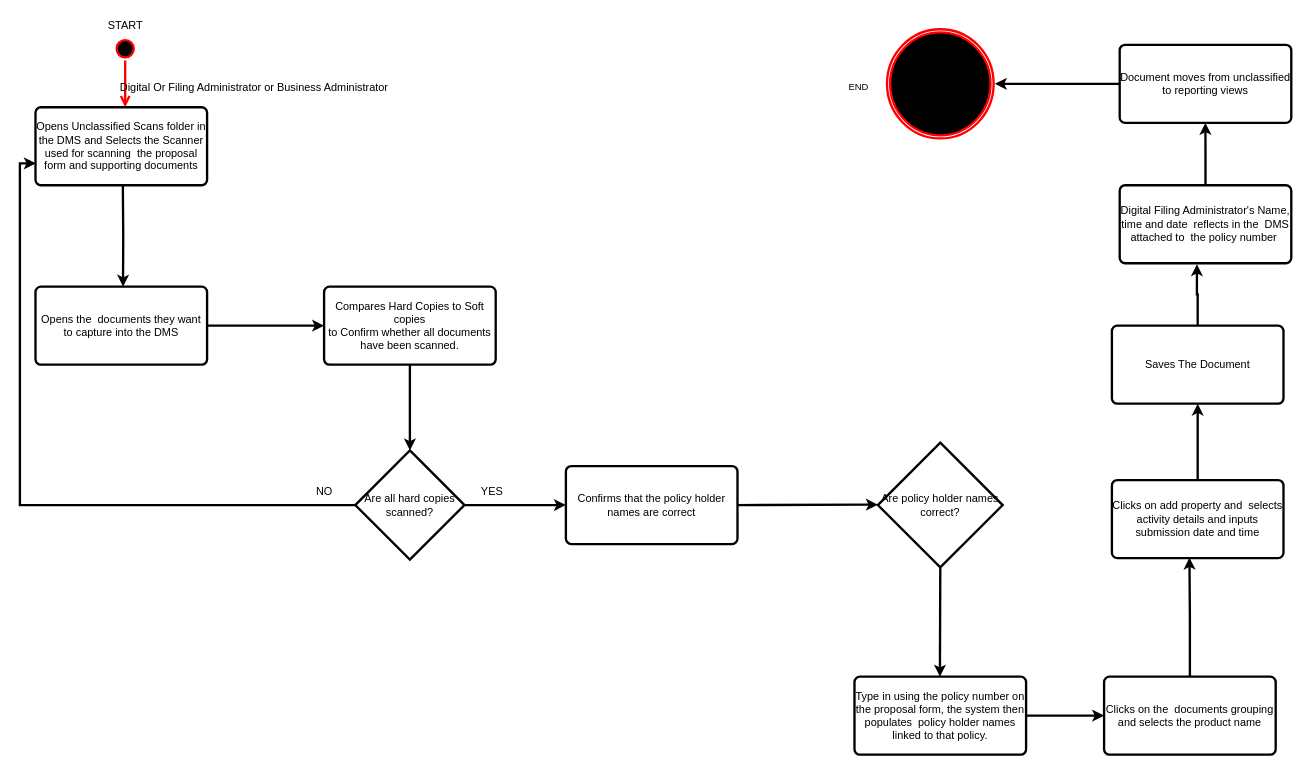
Above: 23.drawio in mokaty1818795/ticketing (draw.io), before the change. Source tidied: cells renumbered, new cells numbered last; positions are measured from the earlier drawing's top-left corner, leaving out a move shared by most shapes. Both pictures are drawn from the tidied source at 78%, with x=0, y=0 at pixel (35, 13).
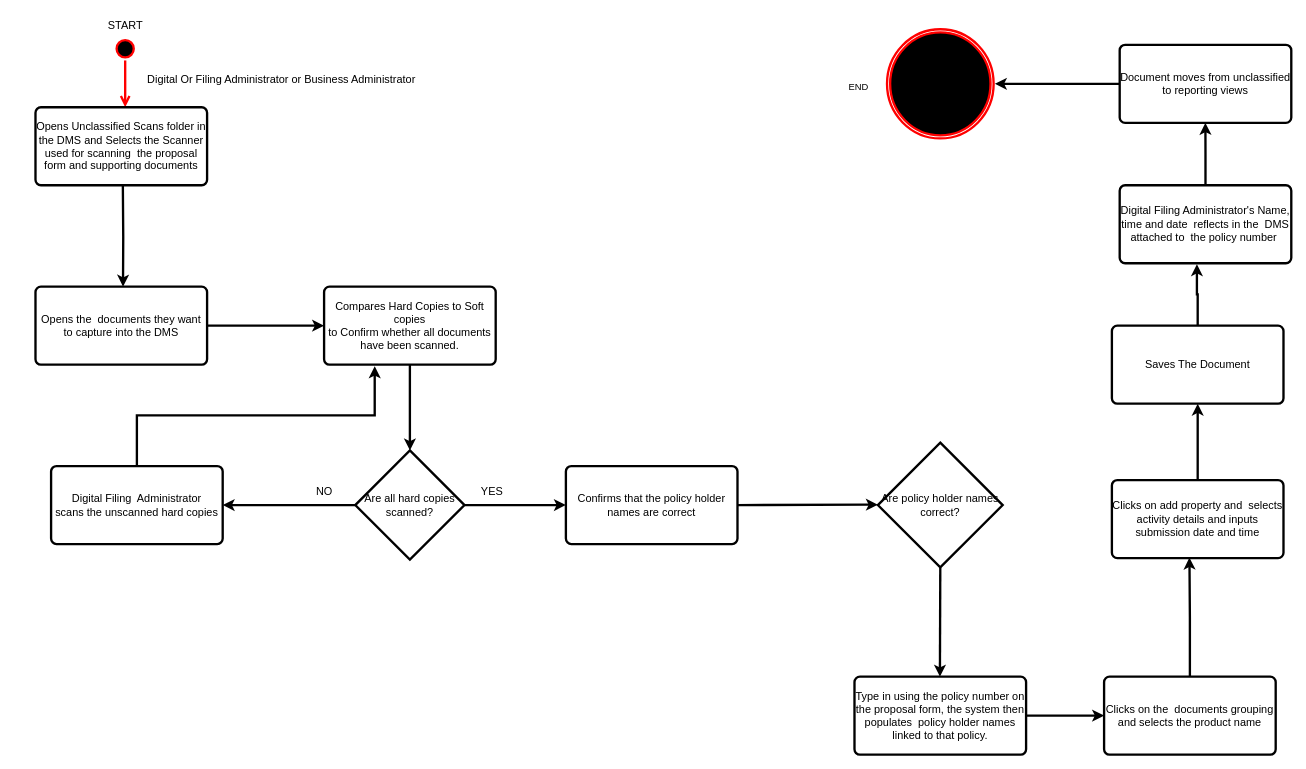
The same page after the edit.

The change refers to these unchanged cells:
```xml
<mxCell id="6" value="Opens Unclassified Scans folder in the DMS and Selects the Scanner used for scanning&amp;nbsp; the proposal form and supporting documents" style="rounded=1;whiteSpace=wrap;html=1;absoluteArcSize=1;arcSize=14;strokeWidth=3;fontSize=14;" parent="1" vertex="1">
  <mxGeometry y="120" width="220" height="100" as="geometry" />
</mxCell>
<mxCell id="11" value="Compares Hard Copies to Soft copies&lt;br style=&quot;font-size: 14px;&quot;&gt;to Confirm whether all documents have been scanned." style="rounded=1;whiteSpace=wrap;html=1;absoluteArcSize=1;arcSize=14;strokeWidth=3;fontSize=14;" parent="1" vertex="1">
  <mxGeometry x="370" y="350" width="220" height="100" as="geometry" />
</mxCell>
<mxCell id="13" value="Are all hard copies&lt;br style=&quot;font-size: 14px;&quot;&gt;scanned?" style="strokeWidth=3;html=1;shape=mxgraph.flowchart.decision;whiteSpace=wrap;fontSize=14;" parent="1" vertex="1">
  <mxGeometry x="410" y="560" width="140" height="140" as="geometry" />
</mxCell>
```

The edit, as a diff of the source:
```diff
@@
     <mxCell id="7" value="Digital Or Filing Administrator or Business Administrator" style="text;html=1;align=center;verticalAlign=middle;strokeColor=none;fillColor=none;strokeWidth=3;fontSize=14;" parent="1" vertex="1">
-      <mxGeometry x="95" y="80" width="370" height="30" as="geometry" />
+      <mxGeometry x="130" y="70" width="370" height="30" as="geometry" />
     </mxCell>
@@
+    <mxCell id="35" style="edgeStyle=orthogonalEdgeStyle;rounded=0;jettySize=auto;html=1;exitX=0;exitY=0.5;exitDx=0;exitDy=0;exitPerimeter=0;entryX=1;entryY=0.5;entryDx=0;entryDy=0;strokeWidth=3;" parent="1" edge="1" source="13" target="36">
+      <mxGeometry relative="1" as="geometry" />
+    </mxCell>
@@
-    <mxCell id="14" style="edgeStyle=orthogonalEdgeStyle;rounded=0;jettySize=auto;html=1;exitX=0;exitY=0.5;exitDx=0;exitDy=0;exitPerimeter=0;entryX=0.002;entryY=0.719;entryDx=0;entryDy=0;entryPerimeter=0;strokeWidth=3;fontSize=14;" parent="1" edge="1" source="13" target="6">
-      <mxGeometry relative="1" as="geometry" />
-    </mxCell>
@@
+    <mxCell id="36" value="Digital Filing&amp;nbsp; Administrator&lt;br&gt;scans the unscanned hard copies" style="rounded=1;whiteSpace=wrap;html=1;absoluteArcSize=1;arcSize=14;strokeWidth=3;fontSize=14;" parent="1" vertex="1">
+      <mxGeometry x="20" y="580" width="220" height="100" as="geometry" />
+    </mxCell>
+    <mxCell id="37" style="edgeStyle=orthogonalEdgeStyle;rounded=0;jettySize=auto;html=1;exitX=0.5;exitY=0;exitDx=0;exitDy=0;entryX=0.295;entryY=1.02;entryDx=0;entryDy=0;entryPerimeter=0;strokeWidth=3;" parent="1" edge="1" source="36" target="11">
+      <mxGeometry relative="1" as="geometry" />
+    </mxCell>
```
